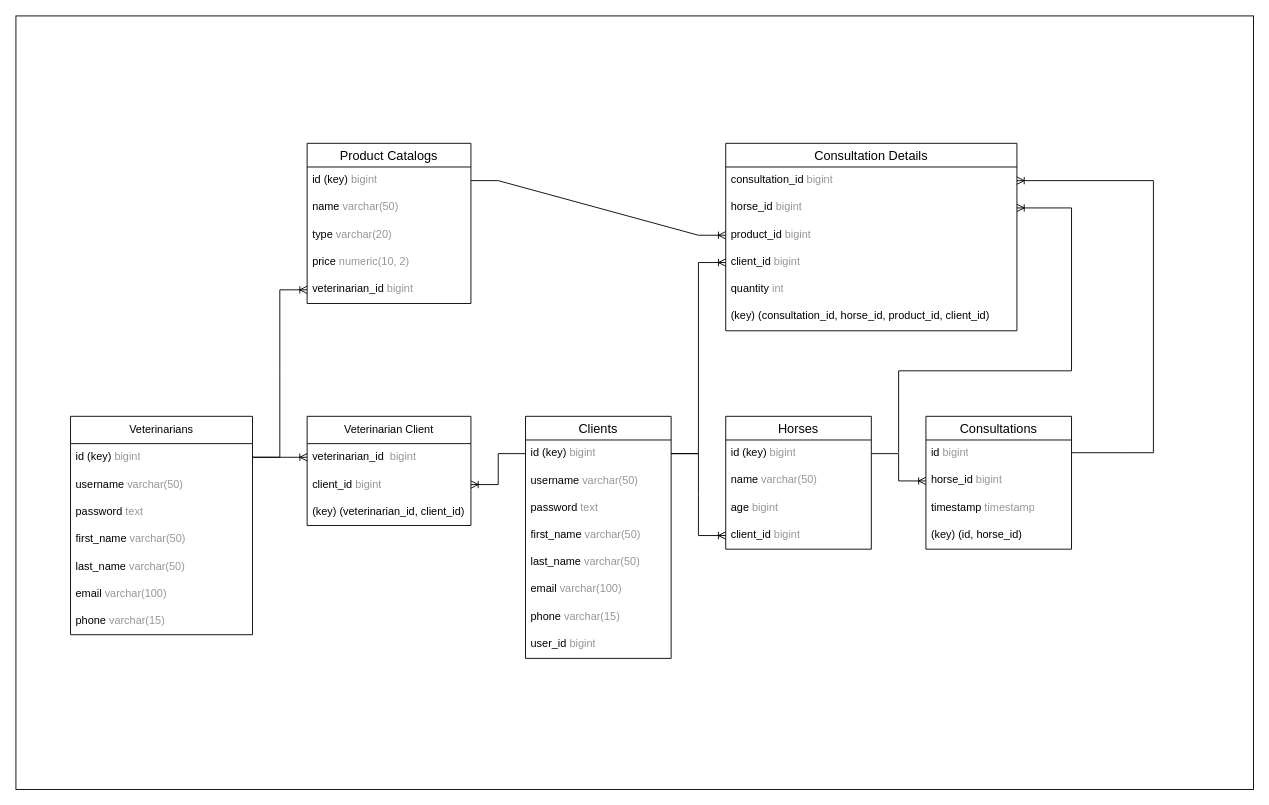
Earlier version of the draw.io diagram ChartDB.drawio (GGworkz/horseapp). Source tidied: cells renumbered, new cells numbered last; positions are measured from the earlier drawing's top-left corner, leaving out a move shared by most shapes. Both pictures are drawn from the tidied source at 91%, with x=0, y=0 at pixel (15, 15).
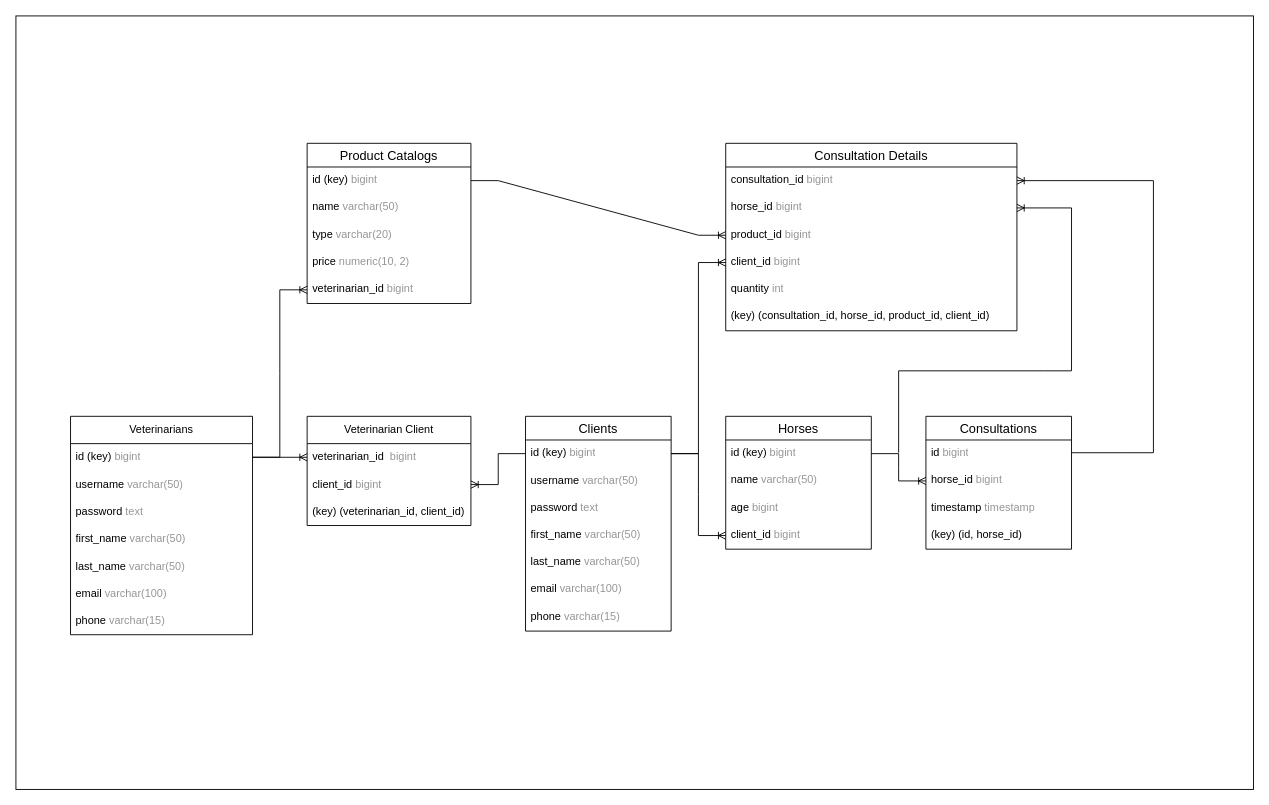
After the change.

The edit, as a diff of the source:
```diff
@@
     <mxCell id="11" value="Clients" style="swimlane;fontStyle=0;horizontal=1;startSize=26;align=center;fontSize=14;" parent="1" vertex="1">
-      <mxGeometry x="560" y="440" width="160" height="266" as="geometry" />
+      <mxGeometry x="560" y="440" width="160" height="236" as="geometry" />
     </mxCell>
@@
-    <mxCell id="19" value="user_id&amp;nbsp;&lt;span style=&quot;caret-color: rgb(150, 150, 150); color: rgb(150, 150, 150);&quot;&gt;bigint&lt;/span&gt;" style="text;strokeColor=none;fillColor=none;spacingLeft=4;spacingRight=4;overflow=hidden;fontSize=12;whiteSpace=wrap;html=1;" parent="11" vertex="1">
-      <mxGeometry y="236" width="160" height="30" as="geometry" />
-    </mxCell>
```
